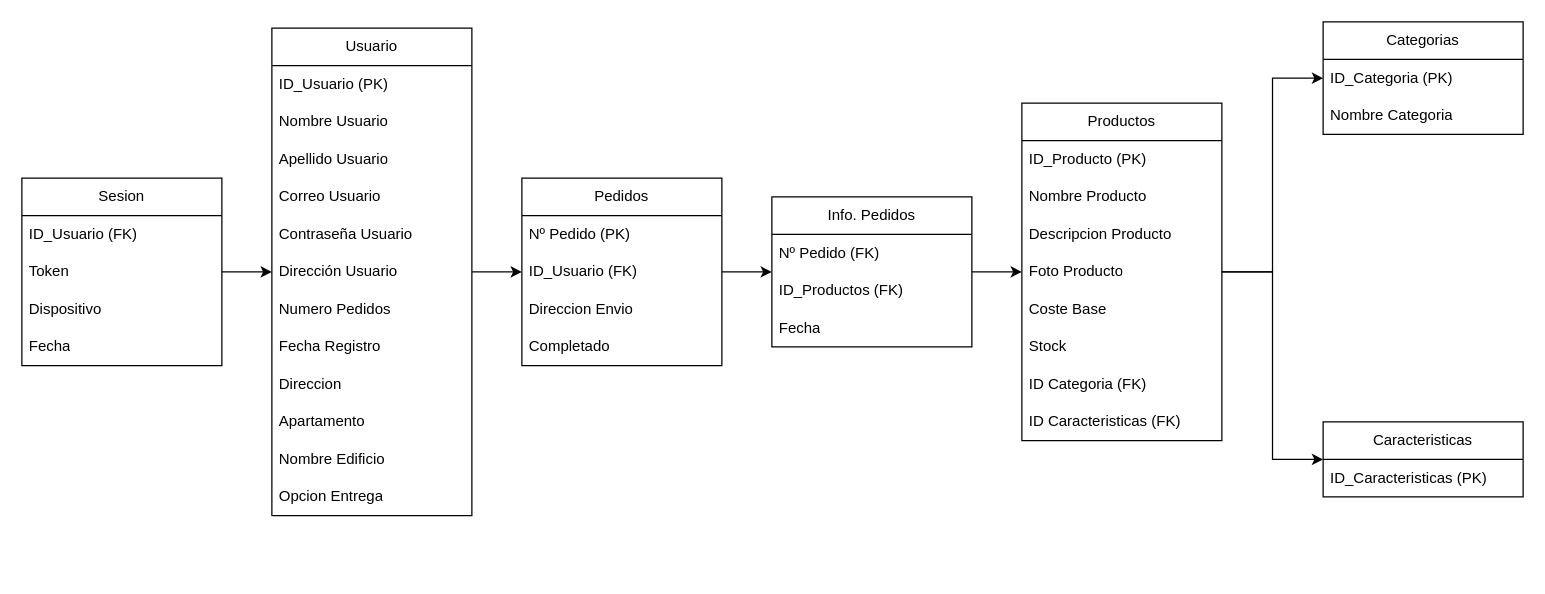
Before: page "Tabla" (2 of 2) of BBDDTFG.drawio in meeeww/tfg_server, a draw.io diagram. Source tidied: cells renumbered, new cells numbered last; positions are measured from the earlier drawing's top-left corner, leaving out a move shared by most shapes. Both pictures are drawn from the tidied source at 125%, with x=0, y=0 at pixel (21, 21).
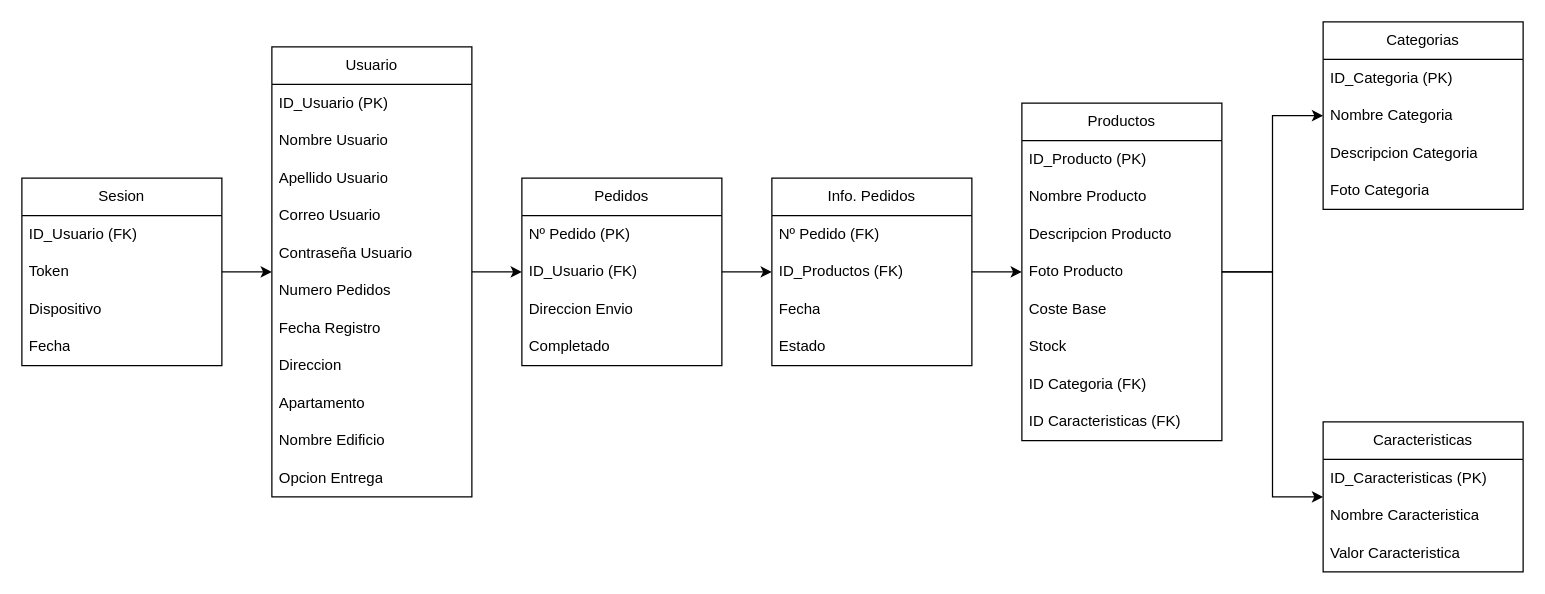
After the change.

The edit, as a diff of the source:
```diff
@@
     <mxCell id="3" value="Usuario" style="swimlane;fontStyle=0;horizontal=1;startSize=30;whiteSpace=wrap;html=1;" parent="1" vertex="1">
-      <mxGeometry x="200" y="5" width="160" height="390" as="geometry" />
+      <mxGeometry x="200" y="20" width="160" height="360" as="geometry" />
     </mxCell>
@@
-    <mxCell id="9" value="Dirección Usuario" style="text;strokeColor=none;fillColor=none;align=left;verticalAlign=middle;spacingLeft=4;spacingRight=4;overflow=hidden;whiteSpace=wrap;html=1;" parent="3" vertex="1">
-      <mxGeometry y="180" width="160" height="30" as="geometry" />
-    </mxCell>
     <mxCell id="10" value="Numero Pedidos" style="text;strokeColor=none;fillColor=none;align=left;verticalAlign=middle;spacingLeft=4;spacingRight=4;overflow=hidden;whiteSpace=wrap;html=1;" parent="3" vertex="1">
-      <mxGeometry y="210" width="160" height="30" as="geometry" />
+      <mxGeometry y="180" width="160" height="30" as="geometry" />
     </mxCell>
     <mxCell id="11" value="Fecha Registro" style="text;strokeColor=none;fillColor=none;align=left;verticalAlign=middle;spacingLeft=4;spacingRight=4;overflow=hidden;whiteSpace=wrap;html=1;" parent="3" vertex="1">
-      <mxGeometry y="240" width="160" height="30" as="geometry" />
+      <mxGeometry y="210" width="160" height="30" as="geometry" />
     </mxCell>
     <mxCell id="12" value="Direccion" style="text;strokeColor=none;fillColor=none;align=left;verticalAlign=middle;spacingLeft=4;spacingRight=4;overflow=hidden;whiteSpace=wrap;html=1;" parent="3" vertex="1">
-      <mxGeometry y="270" width="160" height="30" as="geometry" />
+      <mxGeometry y="240" width="160" height="30" as="geometry" />
     </mxCell>
     <mxCell id="13" value="Apartamento" style="text;strokeColor=none;fillColor=none;align=left;verticalAlign=middle;spacingLeft=4;spacingRight=4;overflow=hidden;whiteSpace=wrap;html=1;" parent="3" vertex="1">
-      <mxGeometry y="300" width="160" height="30" as="geometry" />
+      <mxGeometry y="270" width="160" height="30" as="geometry" />
     </mxCell>
     <mxCell id="14" value="Nombre Edificio" style="text;strokeColor=none;fillColor=none;align=left;verticalAlign=middle;spacingLeft=4;spacingRight=4;overflow=hidden;whiteSpace=wrap;html=1;" parent="3" vertex="1">
-      <mxGeometry y="330" width="160" height="30" as="geometry" />
+      <mxGeometry y="300" width="160" height="30" as="geometry" />
     </mxCell>
     <mxCell id="15" value="Opcion Entrega" style="text;strokeColor=none;fillColor=none;align=left;verticalAlign=middle;spacingLeft=4;spacingRight=4;overflow=hidden;whiteSpace=wrap;html=1;" parent="3" vertex="1">
-      <mxGeometry y="360" width="160" height="30" as="geometry" />
+      <mxGeometry y="330" width="160" height="30" as="geometry" />
     </mxCell>
@@
     <mxCell id="39" value="Caracteristicas" style="swimlane;fontStyle=0;horizontal=1;startSize=30;whiteSpace=wrap;html=1;" parent="1" vertex="1">
-      <mxGeometry x="1041" y="320" width="160" height="60" as="geometry" />
+      <mxGeometry x="1041" y="320" width="160" height="120" as="geometry" />
     </mxCell>
@@
+    <mxCell id="49" value="Nombre Caracteristica" style="text;strokeColor=none;fillColor=none;align=left;verticalAlign=middle;spacingLeft=4;spacingRight=4;overflow=hidden;whiteSpace=wrap;html=1;" parent="39" vertex="1">
+      <mxGeometry y="60" width="160" height="30" as="geometry" />
+    </mxCell>
+    <mxCell id="50" value="Valor Caracteristica" style="text;strokeColor=none;fillColor=none;align=left;verticalAlign=middle;spacingLeft=4;spacingRight=4;overflow=hidden;whiteSpace=wrap;html=1;" parent="39" vertex="1">
+      <mxGeometry y="90" width="160" height="30" as="geometry" />
+    </mxCell>
     <mxCell id="41" value="Categorias" style="swimlane;fontStyle=0;horizontal=1;startSize=30;whiteSpace=wrap;html=1;" parent="1" vertex="1">
-      <mxGeometry x="1041" width="160" height="90" as="geometry" />
+      <mxGeometry x="1041" width="160" height="150" as="geometry" />
     </mxCell>
@@
+    <mxCell id="51" value="Descripcion&amp;nbsp;Categoria" style="text;strokeColor=none;fillColor=none;align=left;verticalAlign=middle;spacingLeft=4;spacingRight=4;overflow=hidden;whiteSpace=wrap;html=1;" parent="41" vertex="1">
+      <mxGeometry y="90" width="160" height="30" as="geometry" />
+    </mxCell>
+    <mxCell id="52" value="Foto Categoria" style="text;strokeColor=none;fillColor=none;align=left;verticalAlign=middle;spacingLeft=4;spacingRight=4;overflow=hidden;whiteSpace=wrap;html=1;" parent="41" vertex="1">
+      <mxGeometry y="120" width="160" height="30" as="geometry" />
+    </mxCell>
@@
     <mxCell id="45" value="Info. Pedidos" style="swimlane;fontStyle=0;horizontal=1;startSize=30;whiteSpace=wrap;html=1;" parent="1" vertex="1">
-      <mxGeometry x="600" y="140" width="160" height="120" as="geometry" />
+      <mxGeometry x="600" y="125" width="160" height="150" as="geometry" />
     </mxCell>
@@
+    <mxCell id="53" value="Estado" style="text;strokeColor=none;fillColor=none;align=left;verticalAlign=middle;spacingLeft=4;spacingRight=4;overflow=hidden;whiteSpace=wrap;html=1;" parent="45" vertex="1">
+      <mxGeometry y="120" width="160" height="30" as="geometry" />
+    </mxCell>
```
